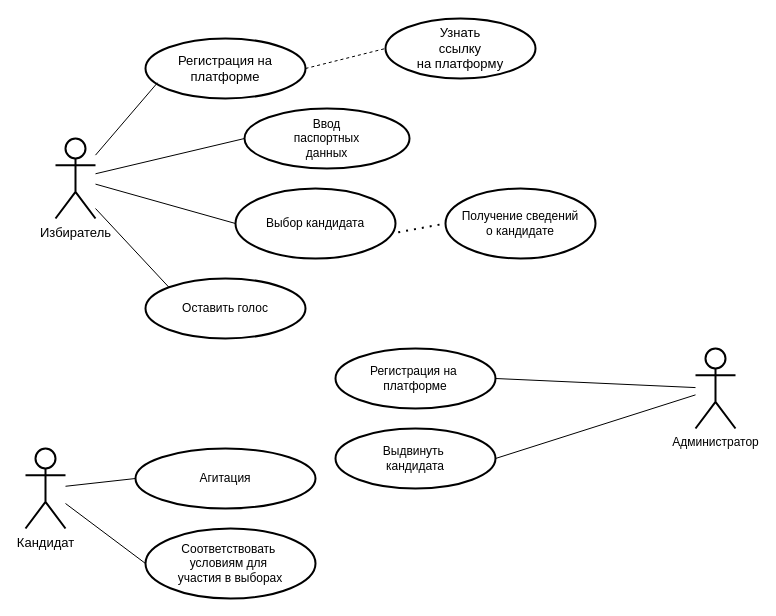
Earlier version of the draw.io diagram use case.drawio (aleksey899/Inter.MixAN). Source tidied: cells renumbered, new cells numbered last; positions are measured from the earlier drawing's top-left corner, leaving out a move shared by most shapes. Both pictures are drawn from the tidied source at 100%, with x=0, y=0 at pixel (25, 18).
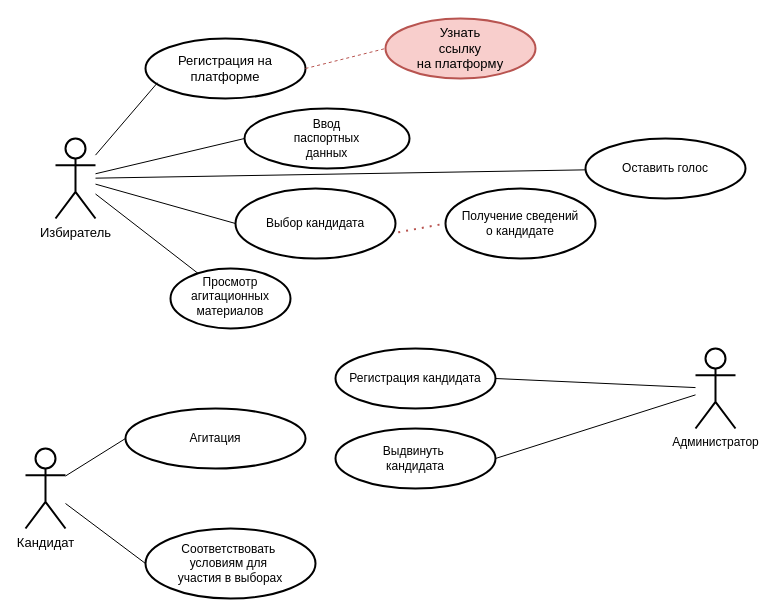
Above is the later version.

The change refers to these unchanged cells:
```xml
<mxCell id="2" value="&lt;font style=&quot;font-size: 13px&quot;&gt;Избиратель&lt;/font&gt;" style="shape=umlActor;verticalLabelPosition=bottom;verticalAlign=top;html=1;outlineConnect=0;rotation=0;strokeWidth=2;" parent="1" vertex="1">
  <mxGeometry x="30" y="120" width="40" height="80" as="geometry" />
</mxCell>
<mxCell id="5" value="&lt;font style=&quot;font-size: 13px&quot;&gt;Регистрация на&lt;br&gt;платформе&lt;/font&gt;" style="ellipse;whiteSpace=wrap;html=1;strokeWidth=2;" parent="1" vertex="1">
  <mxGeometry x="120" y="20" width="160" height="60" as="geometry" />
</mxCell>
<mxCell id="9" value="Выбор кандидата" style="ellipse;whiteSpace=wrap;html=1;strokeWidth=2;" parent="1" vertex="1">
  <mxGeometry x="210" y="170" width="160" height="70" as="geometry" />
</mxCell>
<mxCell id="15" value="Получение сведений&lt;br&gt;&lt;font&gt;о кандидате&lt;/font&gt;" style="ellipse;whiteSpace=wrap;html=1;strokeWidth=2;" parent="1" vertex="1">
  <mxGeometry x="420" y="170" width="150" height="70" as="geometry" />
</mxCell>
```

The edit, as a diff of the source:
```diff
@@
+    <mxCell id="25" style="edgeStyle=none;jettySize=auto;html=1;endArrow=none;" parent="1" edge="1" source="2" target="26">
+      <mxGeometry relative="1" as="geometry" />
+    </mxCell>
@@
-    <mxCell id="6" value="&lt;font style=&quot;font-size: 13px&quot;&gt;Узнать&lt;br&gt;&lt;font style=&quot;font-size: 13px&quot;&gt;ссылку&lt;br&gt; на платформу&lt;/font&gt;&lt;/font&gt;" style="ellipse;whiteSpace=wrap;html=1;strokeWidth=2;" parent="1" vertex="1">
+    <mxCell id="6" value="&lt;font style=&quot;font-size: 13px&quot;&gt;Узнать&lt;br&gt;&lt;font style=&quot;font-size: 13px&quot;&gt;ссылку&lt;br&gt; на платформу&lt;/font&gt;&lt;/font&gt;" style="ellipse;whiteSpace=wrap;html=1;strokeWidth=2;fillColor=#f8cecc;strokeColor=#b85450;" parent="1" vertex="1">
       <mxGeometry x="360" width="150" height="60" as="geometry" />
     </mxCell>
-    <mxCell id="7" style="endArrow=none;dashed=1;html=1;entryX=0;entryY=0.5;entryDx=0;entryDy=0;exitX=1;exitY=0.5;exitDx=0;exitDy=0;" parent="1" edge="1" source="5" target="6">
+    <mxCell id="7" style="endArrow=none;dashed=1;html=1;entryX=0;entryY=0.5;entryDx=0;entryDy=0;exitX=1;exitY=0.5;exitDx=0;exitDy=0;fillColor=#f8cecc;strokeColor=#b85450;" parent="1" edge="1" source="5" target="6">
       <mxGeometry relative="1" as="geometry" />
     </mxCell>
@@
     <mxCell id="10" value="Оставить голос" style="ellipse;whiteSpace=wrap;html=1;strokeWidth=2;" parent="1" vertex="1">
-      <mxGeometry x="120" y="260" width="160" height="60" as="geometry" />
+      <mxGeometry x="560" y="120" width="160" height="60" as="geometry" />
     </mxCell>
@@
-    <mxCell id="14" style="endArrow=none;html=1;entryX=0;entryY=0;entryDx=0;entryDy=0;" parent="1" edge="1" target="10">
-      <mxGeometry relative="1" as="geometry">
-        <mxPoint x="70" y="190" as="sourcePoint" />
-      </mxGeometry>
+    <mxCell id="14" style="endArrow=none;html=1;" parent="1" edge="1" source="2" target="10">
+      <mxGeometry relative="1" as="geometry" />
     </mxCell>
@@
-    <mxCell id="16" style="endArrow=none;dashed=1;html=1;dashPattern=1 3;strokeWidth=2;exitX=1.017;exitY=0.626;exitDx=0;exitDy=0;exitPerimeter=0;entryX=0;entryY=0.5;entryDx=0;entryDy=0;" parent="1" edge="1" source="9" target="15">
+    <mxCell id="16" style="endArrow=none;dashed=1;html=1;dashPattern=1 3;strokeWidth=2;exitX=1.017;exitY=0.626;exitDx=0;exitDy=0;exitPerimeter=0;entryX=0;entryY=0.5;entryDx=0;entryDy=0;fillColor=#f8cecc;strokeColor=#b85450;" parent="1" edge="1" source="9" target="15">
       <mxGeometry relative="1" as="geometry" />
     </mxCell>
-    <mxCell id="17" value="Регистрация на&amp;nbsp;&lt;br&gt;&lt;font&gt;платформе&lt;/font&gt;" style="ellipse;whiteSpace=wrap;html=1;strokeWidth=2;" parent="1" vertex="1">
+    <mxCell id="17" value="Регистрация кандидата" style="ellipse;whiteSpace=wrap;html=1;strokeWidth=2;" parent="1" vertex="1">
       <mxGeometry x="310" y="330" width="160" height="60" as="geometry" />
     </mxCell>
@@
     <mxCell id="21" value="Агитация" style="ellipse;whiteSpace=wrap;html=1;strokeWidth=2;" parent="1" vertex="1">
-      <mxGeometry x="110" y="430" width="180" height="60" as="geometry" />
+      <mxGeometry x="100" y="390" width="180" height="60" as="geometry" />
     </mxCell>
@@
+    <mxCell id="26" value="Просмотр агитационных материалов" style="ellipse;whiteSpace=wrap;html=1;verticalAlign=top;strokeWidth=2;" parent="1" vertex="1">
+      <mxGeometry x="145" y="250" width="120" height="60" as="geometry" />
+    </mxCell>
```
